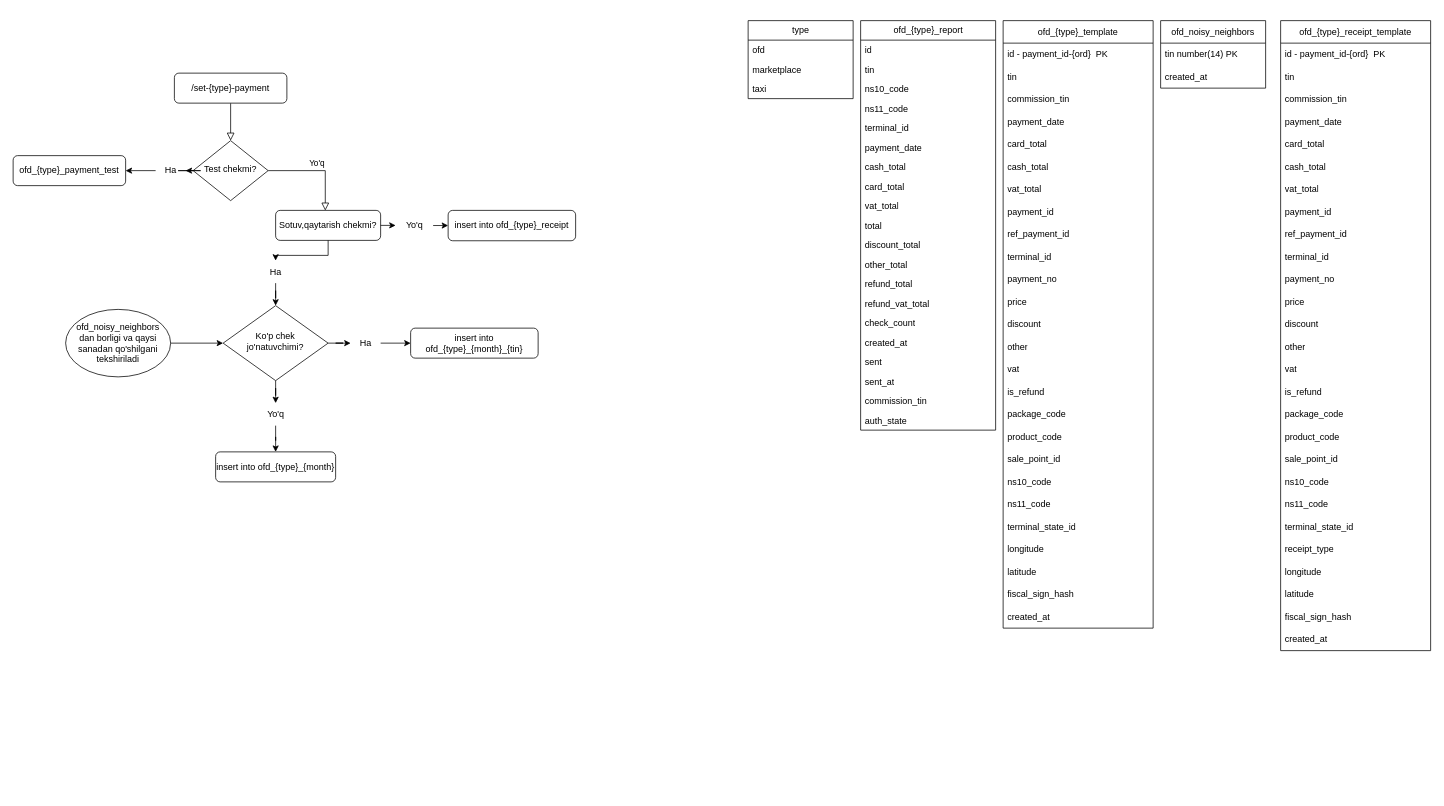
Earlier version of the draw.io diagram ofd.drawio (Akhadjon-Bokijanov/diagrams). Source tidied: cells renumbered, new cells numbered last; positions are measured from the earlier drawing's top-left corner, leaving out a move shared by most shapes. Both pictures are drawn from the tidied source at 75%, with x=0, y=0 at pixel (13, 20).
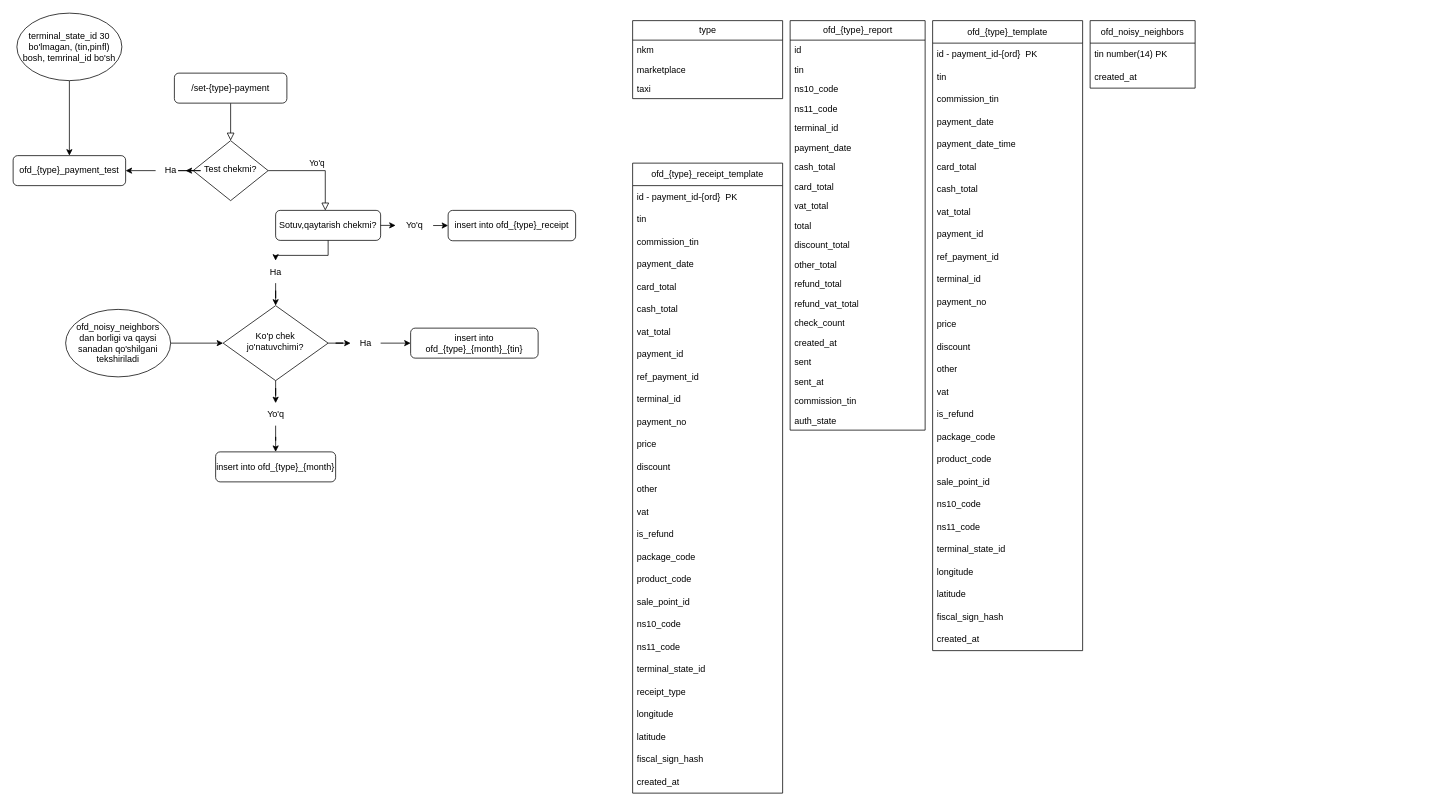
The same diagram, later.

Unchanged cells that the change refers to:
```xml
<mxCell id="6" value="ofd_{type}_payment_test" style="rounded=1;whiteSpace=wrap;html=1;fontSize=12;glass=0;strokeWidth=1;shadow=0;" parent="1" vertex="1">
  <mxGeometry y="180" width="150" height="40" as="geometry" />
</mxCell>
```

What changed in the source:
```diff
@@
     <mxCell id="9" value="ofd_{type}_template" style="swimlane;fontStyle=0;horizontal=1;startSize=30;whiteSpace=wrap;html=1;" parent="1" vertex="1">
-      <mxGeometry x="1320" width="200" height="810" as="geometry" />
+      <mxGeometry x="1226" width="200" height="840" as="geometry" />
     </mxCell>
@@
+    <mxCell id="112" value="payment_date_time" style="text;strokeColor=none;fillColor=none;align=left;verticalAlign=middle;spacingLeft=4;spacingRight=4;overflow=hidden;whiteSpace=wrap;html=1;" parent="9" vertex="1">
+      <mxGeometry y="150" width="200" height="30" as="geometry" />
+    </mxCell>
     <mxCell id="14" value="card_total" style="text;strokeColor=none;fillColor=none;align=left;verticalAlign=middle;spacingLeft=4;spacingRight=4;overflow=hidden;whiteSpace=wrap;html=1;" parent="9" vertex="1">
-      <mxGeometry y="150" width="200" height="30" as="geometry" />
+      <mxGeometry y="180" width="200" height="30" as="geometry" />
     </mxCell>
     <mxCell id="15" value="cash_total" style="text;strokeColor=none;fillColor=none;align=left;verticalAlign=middle;spacingLeft=4;spacingRight=4;overflow=hidden;whiteSpace=wrap;html=1;" parent="9" vertex="1">
-      <mxGeometry y="180" width="200" height="30" as="geometry" />
+      <mxGeometry y="210" width="200" height="30" as="geometry" />
     </mxCell>
     <mxCell id="16" value="vat_total" style="text;strokeColor=none;fillColor=none;align=left;verticalAlign=middle;spacingLeft=4;spacingRight=4;overflow=hidden;whiteSpace=wrap;html=1;" parent="9" vertex="1">
-      <mxGeometry y="210" width="200" height="30" as="geometry" />
+      <mxGeometry y="240" width="200" height="30" as="geometry" />
     </mxCell>
     <mxCell id="17" value="payment_id" style="text;strokeColor=none;fillColor=none;align=left;verticalAlign=middle;spacingLeft=4;spacingRight=4;overflow=hidden;whiteSpace=wrap;html=1;" parent="9" vertex="1">
-      <mxGeometry y="240" width="200" height="30" as="geometry" />
+      <mxGeometry y="270" width="200" height="30" as="geometry" />
     </mxCell>
     <mxCell id="18" value="ref_payment_id" style="text;strokeColor=none;fillColor=none;align=left;verticalAlign=middle;spacingLeft=4;spacingRight=4;overflow=hidden;whiteSpace=wrap;html=1;" parent="9" vertex="1">
-      <mxGeometry y="270" width="200" height="30" as="geometry" />
+      <mxGeometry y="300" width="200" height="30" as="geometry" />
     </mxCell>
     <mxCell id="19" value="terminal_id" style="text;strokeColor=none;fillColor=none;align=left;verticalAlign=middle;spacingLeft=4;spacingRight=4;overflow=hidden;whiteSpace=wrap;html=1;" parent="9" vertex="1">
-      <mxGeometry y="300" width="200" height="30" as="geometry" />
+      <mxGeometry y="330" width="200" height="30" as="geometry" />
     </mxCell>
     <mxCell id="20" value="payment_no" style="text;strokeColor=none;fillColor=none;align=left;verticalAlign=middle;spacingLeft=4;spacingRight=4;overflow=hidden;whiteSpace=wrap;html=1;" parent="9" vertex="1">
-      <mxGeometry y="330" width="200" height="30" as="geometry" />
+      <mxGeometry y="360" width="200" height="30" as="geometry" />
     </mxCell>
     <mxCell id="21" value="price" style="text;strokeColor=none;fillColor=none;align=left;verticalAlign=middle;spacingLeft=4;spacingRight=4;overflow=hidden;whiteSpace=wrap;html=1;" parent="9" vertex="1">
-      <mxGeometry y="360" width="200" height="30" as="geometry" />
+      <mxGeometry y="390" width="200" height="30" as="geometry" />
     </mxCell>
     <mxCell id="22" value="discount" style="text;strokeColor=none;fillColor=none;align=left;verticalAlign=middle;spacingLeft=4;spacingRight=4;overflow=hidden;whiteSpace=wrap;html=1;" parent="9" vertex="1">
-      <mxGeometry y="390" width="200" height="30" as="geometry" />
+      <mxGeometry y="420" width="200" height="30" as="geometry" />
     </mxCell>
     <mxCell id="23" value="other" style="text;strokeColor=none;fillColor=none;align=left;verticalAlign=middle;spacingLeft=4;spacingRight=4;overflow=hidden;whiteSpace=wrap;html=1;" parent="9" vertex="1">
-      <mxGeometry y="420" width="200" height="30" as="geometry" />
+      <mxGeometry y="450" width="200" height="30" as="geometry" />
     </mxCell>
     <mxCell id="24" value="vat" style="text;strokeColor=none;fillColor=none;align=left;verticalAlign=middle;spacingLeft=4;spacingRight=4;overflow=hidden;whiteSpace=wrap;html=1;" parent="9" vertex="1">
-      <mxGeometry y="450" width="200" height="30" as="geometry" />
+      <mxGeometry y="480" width="200" height="30" as="geometry" />
     </mxCell>
     <mxCell id="25" value="is_refund" style="text;strokeColor=none;fillColor=none;align=left;verticalAlign=middle;spacingLeft=4;spacingRight=4;overflow=hidden;whiteSpace=wrap;html=1;" parent="9" vertex="1">
-      <mxGeometry y="480" width="200" height="30" as="geometry" />
+      <mxGeometry y="510" width="200" height="30" as="geometry" />
     </mxCell>
     <mxCell id="26" value="package_code" style="text;strokeColor=none;fillColor=none;align=left;verticalAlign=middle;spacingLeft=4;spacingRight=4;overflow=hidden;whiteSpace=wrap;html=1;" parent="9" vertex="1">
-      <mxGeometry y="510" width="200" height="30" as="geometry" />
+      <mxGeometry y="540" width="200" height="30" as="geometry" />
     </mxCell>
     <mxCell id="27" value="product_code" style="text;strokeColor=none;fillColor=none;align=left;verticalAlign=middle;spacingLeft=4;spacingRight=4;overflow=hidden;whiteSpace=wrap;html=1;" parent="9" vertex="1">
-      <mxGeometry y="540" width="200" height="30" as="geometry" />
+      <mxGeometry y="570" width="200" height="30" as="geometry" />
     </mxCell>
     <mxCell id="28" value="sale_point_id" style="text;strokeColor=none;fillColor=none;align=left;verticalAlign=middle;spacingLeft=4;spacingRight=4;overflow=hidden;whiteSpace=wrap;html=1;" parent="9" vertex="1">
-      <mxGeometry y="570" width="200" height="30" as="geometry" />
+      <mxGeometry y="600" width="200" height="30" as="geometry" />
     </mxCell>
     <mxCell id="29" value="ns10_code" style="text;strokeColor=none;fillColor=none;align=left;verticalAlign=middle;spacingLeft=4;spacingRight=4;overflow=hidden;whiteSpace=wrap;html=1;" parent="9" vertex="1">
-      <mxGeometry y="600" width="200" height="30" as="geometry" />
+      <mxGeometry y="630" width="200" height="30" as="geometry" />
     </mxCell>
     <mxCell id="30" value="ns11_code" style="text;strokeColor=none;fillColor=none;align=left;verticalAlign=middle;spacingLeft=4;spacingRight=4;overflow=hidden;whiteSpace=wrap;html=1;" parent="9" vertex="1">
-      <mxGeometry y="630" width="200" height="30" as="geometry" />
+      <mxGeometry y="660" width="200" height="30" as="geometry" />
     </mxCell>
     <mxCell id="31" value="terminal_state_id" style="text;strokeColor=none;fillColor=none;align=left;verticalAlign=middle;spacingLeft=4;spacingRight=4;overflow=hidden;whiteSpace=wrap;html=1;" parent="9" vertex="1">
-      <mxGeometry y="660" width="200" height="30" as="geometry" />
+      <mxGeometry y="690" width="200" height="30" as="geometry" />
     </mxCell>
     <mxCell id="32" value="longitude" style="text;strokeColor=none;fillColor=none;align=left;verticalAlign=middle;spacingLeft=4;spacingRight=4;overflow=hidden;whiteSpace=wrap;html=1;" parent="9" vertex="1">
-      <mxGeometry y="690" width="200" height="30" as="geometry" />
+      <mxGeometry y="720" width="200" height="30" as="geometry" />
     </mxCell>
     <mxCell id="33" value="latitude" style="text;strokeColor=none;fillColor=none;align=left;verticalAlign=middle;spacingLeft=4;spacingRight=4;overflow=hidden;whiteSpace=wrap;html=1;" parent="9" vertex="1">
-      <mxGeometry y="720" width="200" height="30" as="geometry" />
+      <mxGeometry y="750" width="200" height="30" as="geometry" />
     </mxCell>
     <mxCell id="34" value="fiscal_sign_hash" style="text;strokeColor=none;fillColor=none;align=left;verticalAlign=middle;spacingLeft=4;spacingRight=4;overflow=hidden;whiteSpace=wrap;html=1;" parent="9" vertex="1">
-      <mxGeometry y="750" width="200" height="30" as="geometry" />
+      <mxGeometry y="780" width="200" height="30" as="geometry" />
     </mxCell>
     <mxCell id="35" value="created_at" style="text;strokeColor=none;fillColor=none;align=left;verticalAlign=middle;spacingLeft=4;spacingRight=4;overflow=hidden;whiteSpace=wrap;html=1;" parent="9" vertex="1">
-      <mxGeometry y="780" width="200" height="30" as="geometry" />
+      <mxGeometry y="810" width="200" height="30" as="geometry" />
     </mxCell>
     <mxCell id="36" value="ofd_noisy_neighbors" style="swimlane;fontStyle=0;horizontal=1;startSize=30;whiteSpace=wrap;html=1;" parent="1" vertex="1">
-      <mxGeometry x="1530" width="140" height="90" as="geometry" />
+      <mxGeometry x="1436" width="140" height="90" as="geometry" />
     </mxCell>
@@
     <mxCell id="41" value="ofd_{type}_report" style="swimlane;fontStyle=0;horizontal=1;startSize=26;fillColor=none;html=1;" parent="1" vertex="1">
-      <mxGeometry x="1130" width="180" height="546" as="geometry" />
+      <mxGeometry x="1036" width="180" height="546" as="geometry" />
     </mxCell>
@@
     <mxCell id="66" value="ofd_{type}_receipt_template" style="swimlane;fontStyle=0;horizontal=1;startSize=30;whiteSpace=wrap;html=1;" parent="1" vertex="1">
-      <mxGeometry x="1690" width="200" height="840" as="geometry" />
+      <mxGeometry x="826" y="190" width="200" height="840" as="geometry" />
     </mxCell>
@@
     <mxCell id="94" value="type" style="swimlane;fontStyle=0;horizontal=1;startSize=26;fillColor=none;html=1;" parent="1" vertex="1">
-      <mxGeometry x="980" width="140" height="104" as="geometry" />
+      <mxGeometry x="826" width="200" height="104" as="geometry" />
     </mxCell>
-    <mxCell id="95" value="ofd" style="text;strokeColor=none;fillColor=none;align=left;verticalAlign=top;spacingLeft=4;spacingRight=4;overflow=hidden;whiteSpace=wrap;html=1;" parent="94" vertex="1">
-      <mxGeometry y="26" width="140" height="26" as="geometry" />
+    <mxCell id="95" value="nkm" style="text;strokeColor=none;fillColor=none;align=left;verticalAlign=top;spacingLeft=4;spacingRight=4;overflow=hidden;whiteSpace=wrap;html=1;" parent="94" vertex="1">
+      <mxGeometry y="26" width="200" height="26" as="geometry" />
     </mxCell>
     <mxCell id="96" value="marketplace" style="text;strokeColor=none;fillColor=none;align=left;verticalAlign=top;spacingLeft=4;spacingRight=4;overflow=hidden;whiteSpace=wrap;html=1;" parent="94" vertex="1">
-      <mxGeometry y="52" width="140" height="26" as="geometry" />
+      <mxGeometry y="52" width="200" height="26" as="geometry" />
     </mxCell>
     <mxCell id="97" value="taxi" style="text;strokeColor=none;fillColor=none;align=left;verticalAlign=top;spacingLeft=4;spacingRight=4;overflow=hidden;whiteSpace=wrap;html=1;" parent="94" vertex="1">
-      <mxGeometry y="78" width="140" height="26" as="geometry" />
+      <mxGeometry y="78" width="200" height="26" as="geometry" />
     </mxCell>
@@
+    <mxCell id="113" style="edgeStyle=orthogonalEdgeStyle;rounded=0;jettySize=auto;html=1;entryX=0.5;entryY=0;entryDx=0;entryDy=0;" parent="1" edge="1" source="114" target="6">
+      <mxGeometry relative="1" as="geometry" />
+    </mxCell>
+    <mxCell id="114" value="terminal_state_id 30 bo'lmagan, (tin,pinfl) bosh, temrinal_id bo'sh" style="ellipse;whiteSpace=wrap;html=1;" parent="1" vertex="1">
+      <mxGeometry x="5" y="-10" width="140" height="90" as="geometry" />
+    </mxCell>
```
